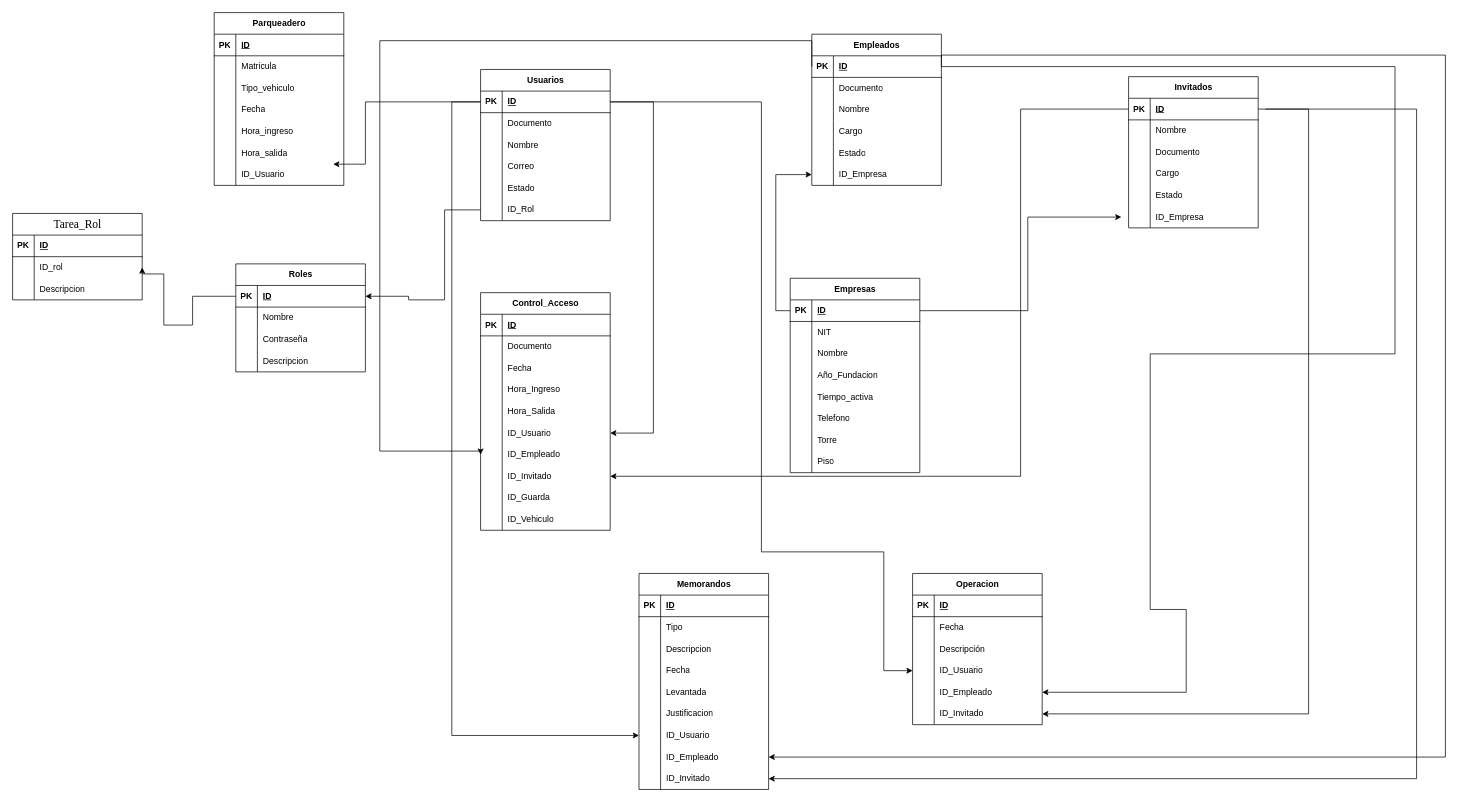
This is Diagrama de Diseño Relacional ACME.drawio from MichelAdrianTorradoRoa/SISTEMA_DE_CONTROL_DE_ACCESO_PARA_EL_COMPLEJO_EMPRESARIAL_ZONA_ACME, a draw.io file, before an edit. Source tidied: cells renumbered, new cells numbered last; positions are measured from the earlier drawing's top-left corner, leaving out a move shared by most shapes. Both pictures are drawn from the tidied source at 72%, with x=0, y=0 at pixel (12, 12).
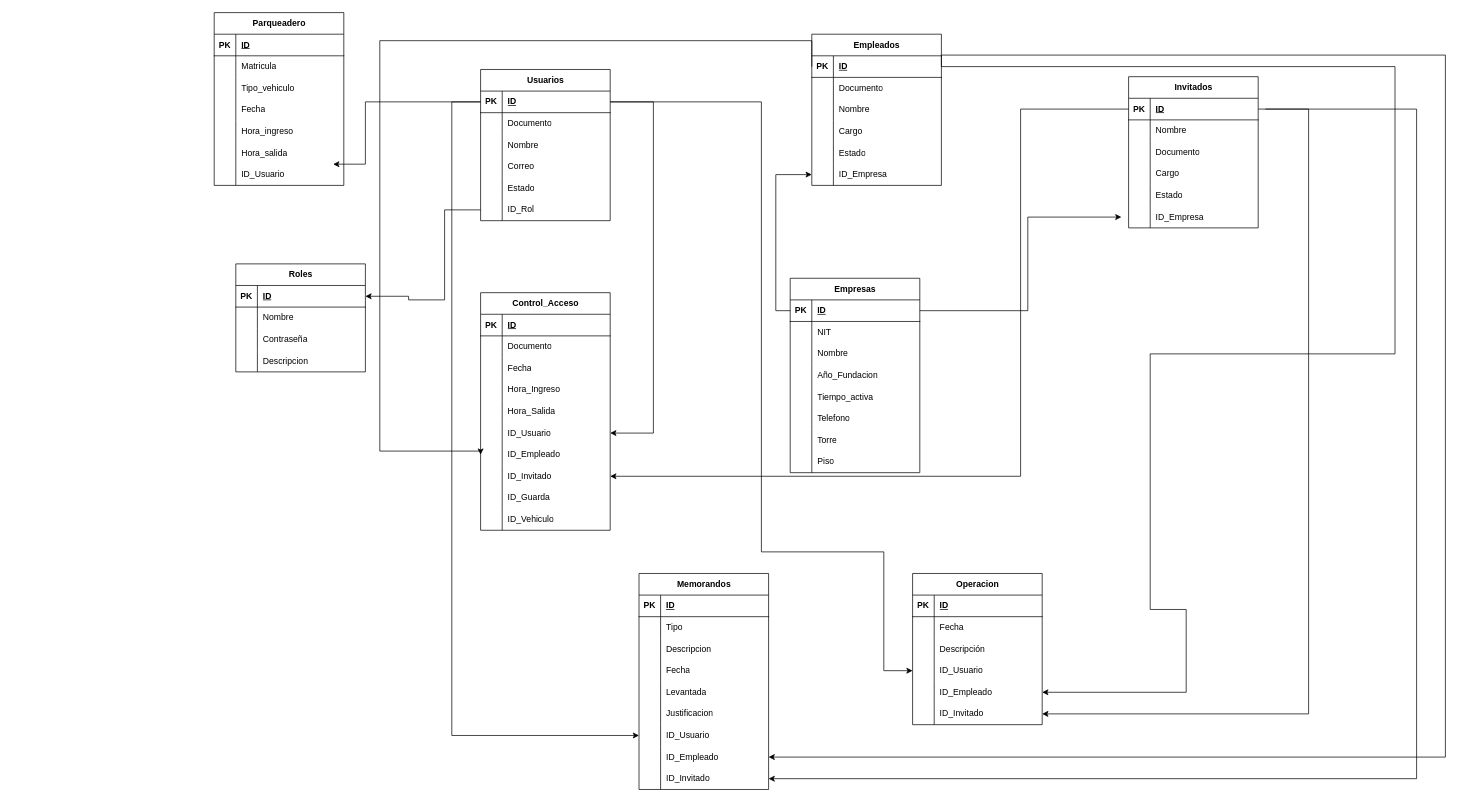
Above is the later version.

The change refers to these unchanged cells:
```xml
<mxCell id="47" style="shape=tableRow;horizontal=0;startSize=0;swimlaneHead=0;swimlaneBody=0;fillColor=none;points=[[0,0.5],[1,0.5]];portConstraint=eastwest;top=0;left=0;right=0;bottom=1;" parent="46" vertex="1">
  <mxGeometry y="30" width="180" height="30" as="geometry" />
</mxCell>
```

What changed in the source:
```diff
@@
-    <mxCell id="137" value="&lt;span id=&quot;docs-internal-guid-4f2db24e-7fff-1957-41ad-e307b4687764&quot; style=&quot;font-weight:normal;&quot;&gt;&lt;span style=&quot;font-size: 12pt; font-family: &amp;quot;Times New Roman&amp;quot;, serif; background-color: transparent; font-variant-numeric: normal; font-variant-east-asian: normal; font-variant-alternates: normal; font-variant-position: normal; font-variant-emoji: normal; vertical-align: baseline; white-space: pre-wrap;&quot;&gt;Tarea_Rol&lt;/span&gt;&lt;/span&gt;" style="shape=table;startSize=30;childLayout=tableLayout;rowLines=0;fontStyle=1;align=center;html=1;" parent="1" vertex="1">
-      <mxGeometry y="279" width="180" height="120" as="geometry" />
-    </mxCell>
-    <mxCell id="138" style="shape=tableRow;horizontal=0;startSize=0;swimlaneHead=0;swimlaneBody=0;fillColor=none;top=0;left=0;right=0;bottom=1;" parent="137" vertex="1">
-      <mxGeometry y="30" width="180" height="30" as="geometry" />
-    </mxCell>
-    <mxCell id="139" value="PK" style="shape=partialRectangle;fillColor=none;top=0;left=0;bottom=0;right=0;fontStyle=1;overflow=hidden;whiteSpace=wrap;html=1;" parent="138" vertex="1">
-      <mxGeometry width="30" height="30" as="geometry" />
-    </mxCell>
-    <mxCell id="140" value="ID" style="shape=partialRectangle;fillColor=none;top=0;left=0;bottom=0;right=0;align=left;spacingLeft=6;fontStyle=5;overflow=hidden;whiteSpace=wrap;html=1;" parent="138" vertex="1">
-      <mxGeometry x="30" width="150" height="30" as="geometry" />
-    </mxCell>
-    <mxCell id="141" style="shape=tableRow;horizontal=0;startSize=0;swimlaneHead=0;swimlaneBody=0;fillColor=none;points=[[0,0.5],[1,0.5]];portConstraint=eastwest;top=0;left=0;right=0;bottom=0;" parent="137" vertex="1">
-      <mxGeometry y="60" width="180" height="30" as="geometry" />
-    </mxCell>
-    <mxCell id="142" style="shape=partialRectangle;fillColor=none;top=0;left=0;bottom=0;right=0;overflow=hidden;whiteSpace=wrap;html=1;" parent="141" vertex="1">
-      <mxGeometry width="30" height="30" as="geometry" />
-    </mxCell>
-    <mxCell id="143" value="ID_rol" style="shape=partialRectangle;fillColor=none;top=0;left=0;bottom=0;right=0;align=left;spacingLeft=6;overflow=hidden;whiteSpace=wrap;html=1;" parent="141" vertex="1">
-      <mxGeometry x="30" width="150" height="30" as="geometry" />
-    </mxCell>
-    <mxCell id="144" style="shape=tableRow;horizontal=0;startSize=0;swimlaneHead=0;swimlaneBody=0;fillColor=none;top=0;left=0;right=0;bottom=0;" parent="137" vertex="1">
-      <mxGeometry y="90" width="180" height="30" as="geometry" />
-    </mxCell>
-    <mxCell id="145" style="shape=partialRectangle;fillColor=none;top=0;left=0;bottom=0;right=0;overflow=hidden;whiteSpace=wrap;html=1;" parent="144" vertex="1">
-      <mxGeometry width="30" height="30" as="geometry" />
-    </mxCell>
-    <mxCell id="146" value="Descripcion" style="shape=partialRectangle;fillColor=none;top=0;left=0;bottom=0;right=0;align=left;spacingLeft=6;overflow=hidden;whiteSpace=wrap;html=1;" parent="144" vertex="1">
-      <mxGeometry x="30" width="150" height="30" as="geometry" />
-    </mxCell>
@@
-    <mxCell id="210" style="edgeStyle=orthogonalEdgeStyle;rounded=0;jettySize=auto;html=1;entryX=1;entryY=0.5;entryDx=0;entryDy=0;" parent="1" edge="1" source="47" target="141">
-      <mxGeometry relative="1" as="geometry">
-        <Array as="points">
-          <mxPoint x="250" y="394" />
-          <mxPoint x="250" y="434" />
-          <mxPoint x="210" y="434" />
-          <mxPoint x="210" y="363" />
-          <mxPoint x="180" y="363" />
-        </Array>
-      </mxGeometry>
-    </mxCell>
```
